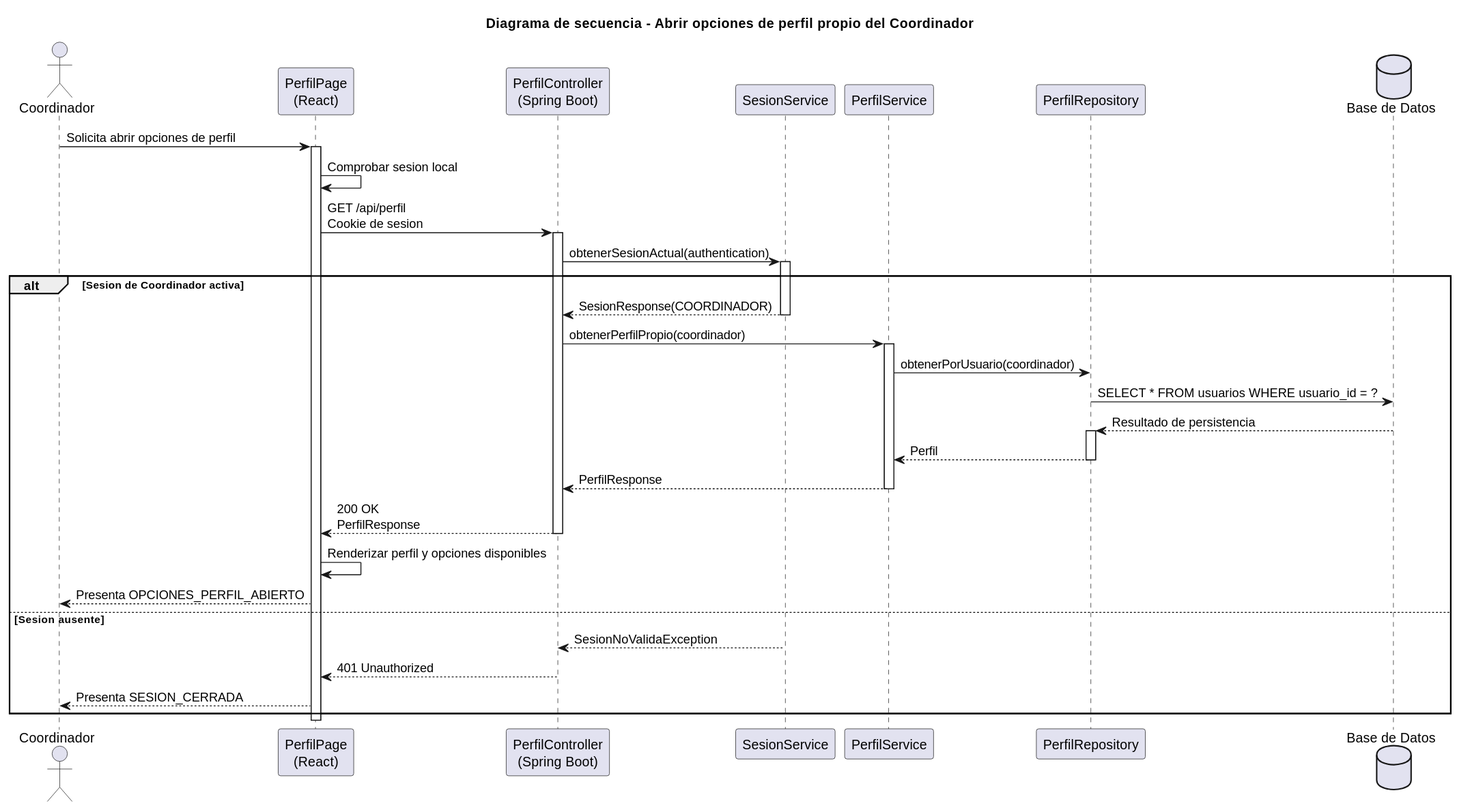
Earlier version of the PlantUML export images/RUP/02-diseño/casos-uso/coordinador/abrirOpcionesPerfil/secuencia.svg (beatriizorozco/25-26-idsw2-sdVC).
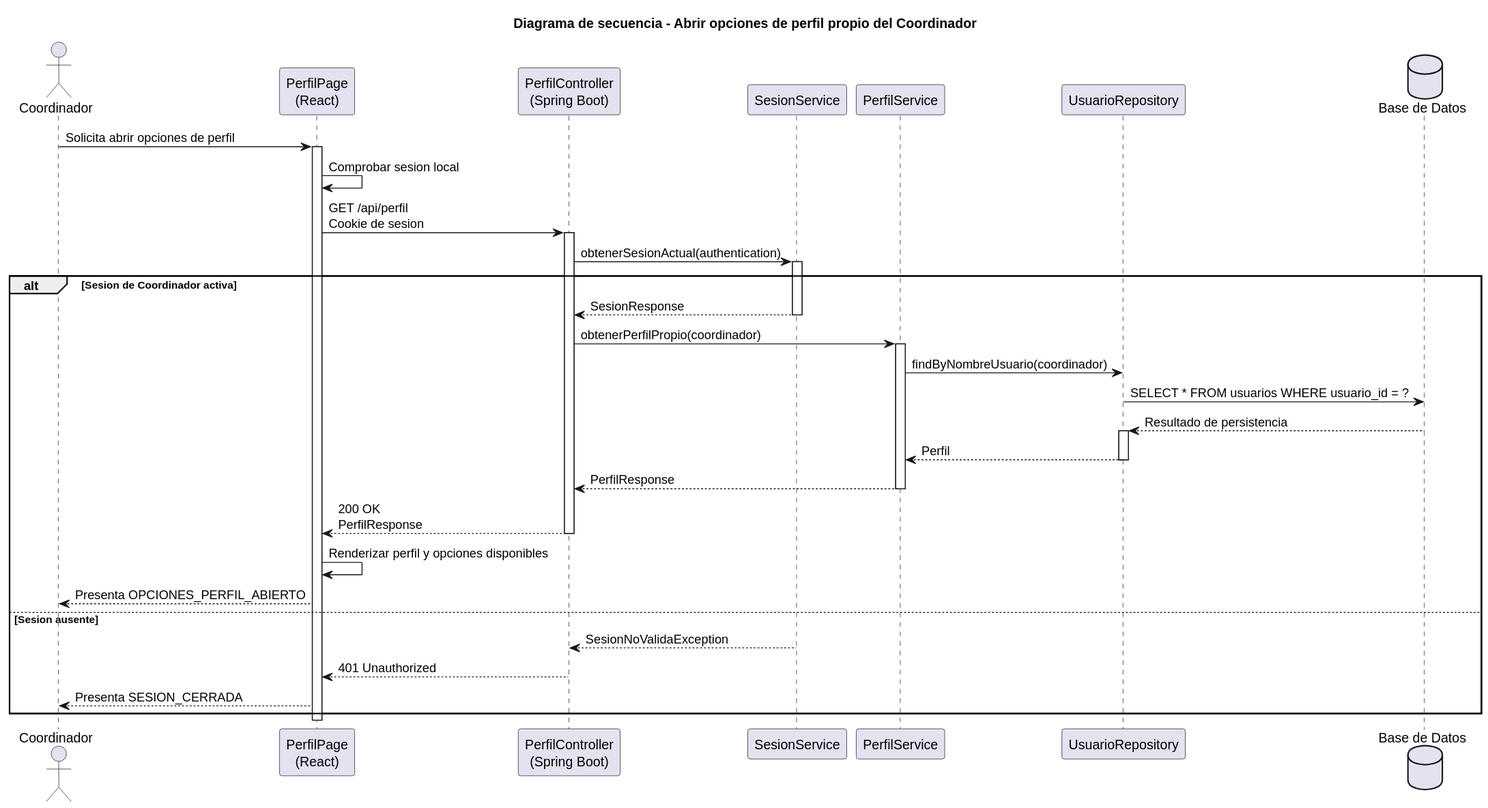
After the commit.

Diff of the diagram source:
```diff
@@ -6,7 +6,7 @@
 participant "PerfilController\n(Spring Boot)" as Api
 participant "SesionService" as Sesion
 participant "PerfilService" as PerfilService
-participant "PerfilRepository" as PerfilRepository
+participant "UsuarioRepository" as PerfilRepository
 database "Base de Datos" as DB
 
 Coordinador -> Frontend: Solicita abrir opciones de perfil
@@ -17,11 +17,11 @@
 Api -> Sesion: obtenerSesionActual(authentication)
 activate Sesion
 alt Sesion de Coordinador activa
-    Sesion --> Api: SesionResponse(COORDINADOR)
+    Sesion --> Api: SesionResponse
     deactivate Sesion
     Api -> PerfilService: obtenerPerfilPropio(coordinador)
     activate PerfilService
-    PerfilService -> PerfilRepository: obtenerPorUsuario(coordinador)
+    PerfilService -> PerfilRepository: findByNombreUsuario(coordinador)
     PerfilRepository -> DB: SELECT * FROM usuarios WHERE usuario_id = ?
     DB --> PerfilRepository: Resultado de persistencia
     activate PerfilRepository
```
